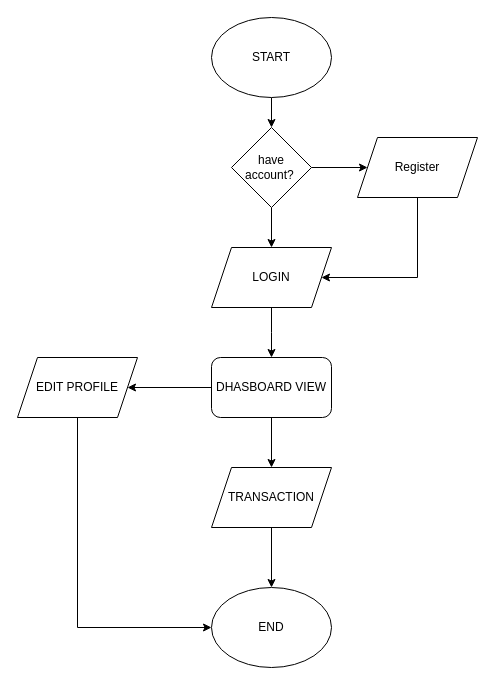
Earlier version of the draw.io diagram page "Halaman-2" (2 of 3) of FP.drawio (Haresz/BOOKSELF). Source tidied: cells renumbered, new cells numbered last; positions are measured from the earlier drawing's top-left corner, leaving out a move shared by most shapes. Both pictures are drawn from the tidied source at 100%, with x=0, y=0 at pixel (17, 17).
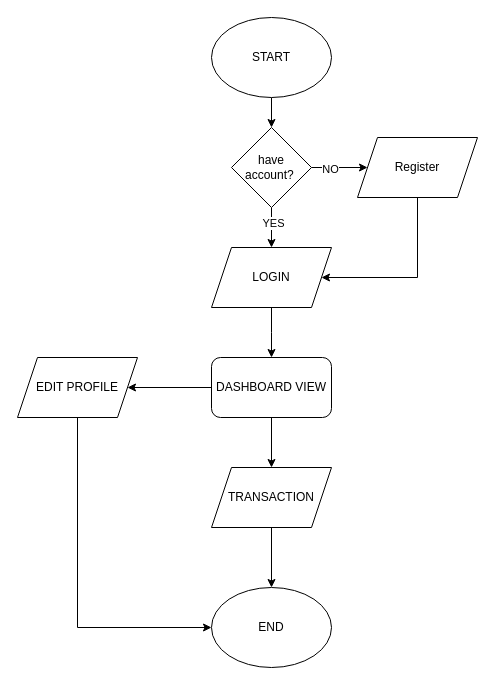
The same diagram, later.

The change refers to these unchanged cells:
```xml
<mxCell id="6" style="edgeStyle=orthogonalEdgeStyle;rounded=0;jettySize=auto;html=1;exitX=0.5;exitY=1;exitDx=0;exitDy=0;" parent="1" edge="1" source="8" target="5">
  <mxGeometry relative="1" as="geometry" />
</mxCell>
<mxCell id="7" style="edgeStyle=orthogonalEdgeStyle;rounded=0;jettySize=auto;html=1;exitX=1;exitY=0.5;exitDx=0;exitDy=0;entryX=0;entryY=0.5;entryDx=0;entryDy=0;" parent="1" edge="1" source="8" target="10">
  <mxGeometry relative="1" as="geometry" />
</mxCell>
```

Change to the diagram source:
```diff
@@
+    <mxCell id="19" value="YES" style="edgeLabel;html=1;align=center;verticalAlign=middle;" parent="6" vertex="1">
+      <mxGeometry x="-0.23" y="1" relative="1" as="geometry" />
+    </mxCell>
@@
+    <mxCell id="20" value="NO" style="edgeLabel;html=1;align=center;verticalAlign=middle;" parent="7" vertex="1">
+      <mxGeometry x="-0.35" y="-1" relative="1" as="geometry" />
+    </mxCell>
@@
-    <mxCell id="13" value="DHASBOARD VIEW" style="rounded=1;whiteSpace=wrap;html=1;" parent="1" vertex="1">
+    <mxCell id="13" value="DASHBOARD VIEW" style="rounded=1;whiteSpace=wrap;html=1;" parent="1" vertex="1">
       <mxGeometry x="194" y="340" width="120" height="60" as="geometry" />
     </mxCell>
```
